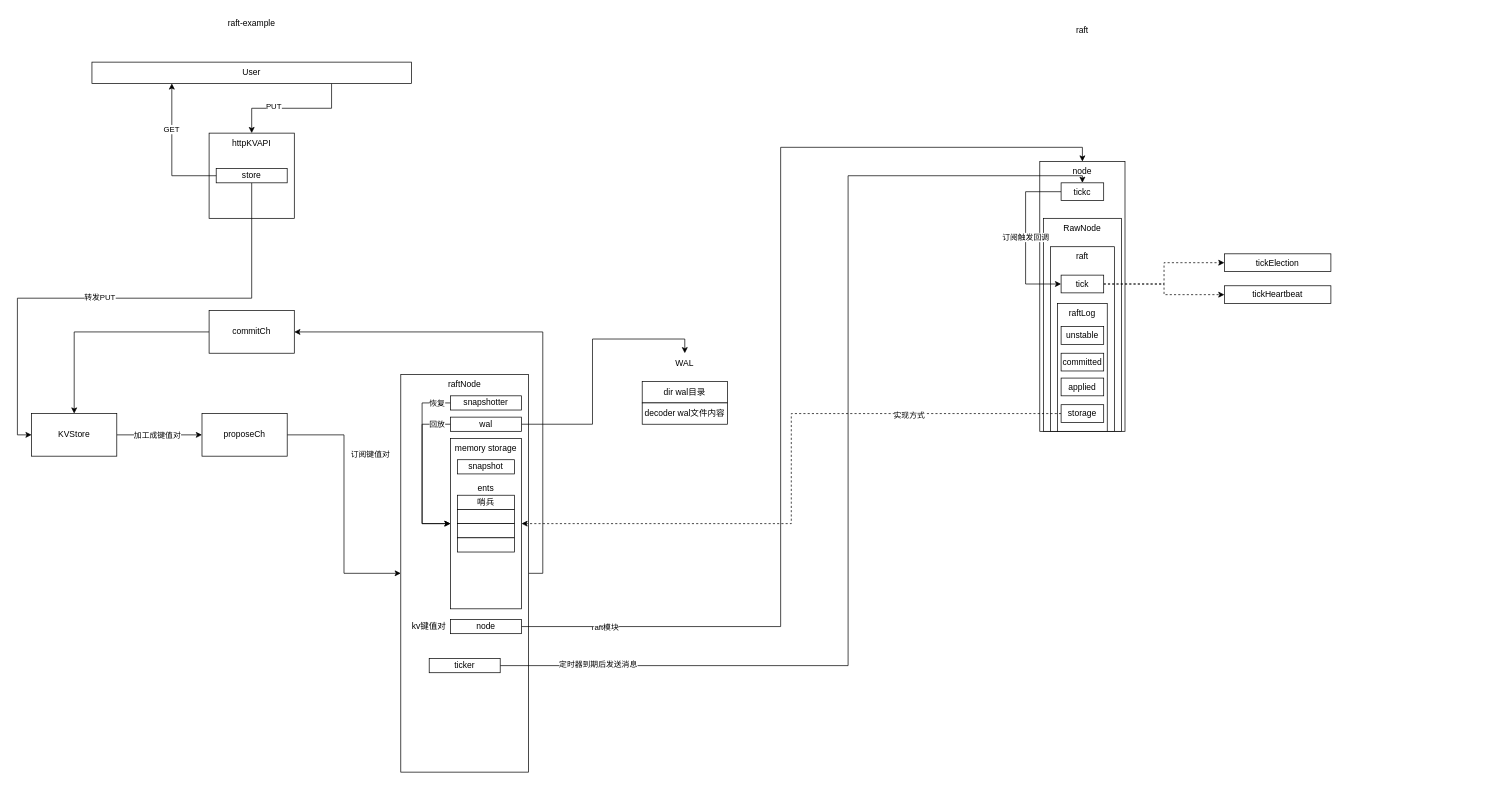
Above: my_docs/etcd/raftexample.drawio in Bannirui/Bannirui.github.io (draw.io), before the change. Source tidied: cells renumbered, new cells numbered last; positions are measured from the earlier drawing's top-left corner, leaving out a move shared by most shapes. Both pictures are drawn from the tidied source at 71%, with x=0, y=0 at pixel (31, 12).
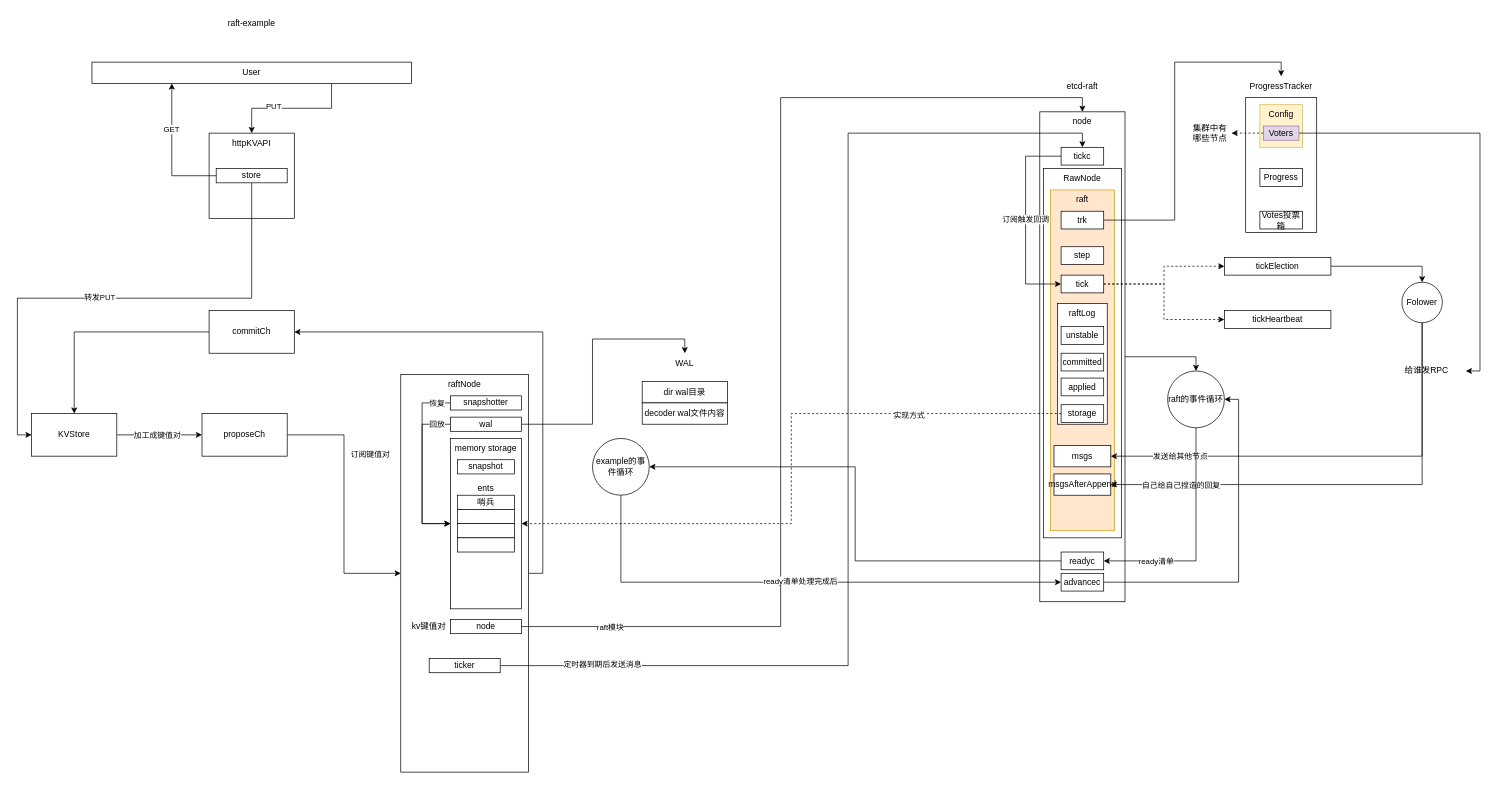
The same page after the edit.

Commit message (it also covers changes not shown here):
etcd-raft Voters的初始化

Unchanged cells that the change refers to:
```xml
<mxCell id="56" value="tick" style="rounded=0;whiteSpace=wrap;html=1;" parent="1" vertex="1">
  <mxGeometry x="1450" y="370" width="60" height="25" as="geometry" />
</mxCell>
<mxCell id="62" value="ticker" style="rounded=0;whiteSpace=wrap;html=1;" parent="1" vertex="1">
  <mxGeometry x="560" y="910" width="100" height="20" as="geometry" />
</mxCell>
```

Change to the diagram source:
```diff
@@
+    <mxCell id="65" style="edgeStyle=orthogonalEdgeStyle;rounded=0;jettySize=auto;html=1;exitX=1;exitY=0.5;exitDx=0;exitDy=0;entryX=0.5;entryY=0;entryDx=0;entryDy=0;" parent="1" edge="1" source="28" target="76">
+      <mxGeometry relative="1" as="geometry" />
+    </mxCell>
     <mxCell id="28" value="node" style="rounded=0;whiteSpace=wrap;html=1;verticalAlign=top;" parent="1" vertex="1">
-      <mxGeometry x="1420" y="210" width="120" height="380" as="geometry" />
+      <mxGeometry x="1420" y="140" width="120" height="690" as="geometry" />
     </mxCell>
@@
-    <mxCell id="30" value="raft" style="text;html=1;align=center;verticalAlign=middle;whiteSpace=wrap;rounded=0;" parent="1" vertex="1">
-      <mxGeometry x="1450" y="10" width="60" height="30" as="geometry" />
+    <mxCell id="30" value="etcd-raft" style="text;html=1;align=center;verticalAlign=middle;whiteSpace=wrap;rounded=0;" parent="1" vertex="1">
+      <mxGeometry x="1450" y="90" width="60" height="30" as="geometry" />
     </mxCell>
     <mxCell id="31" value="RawNode" style="rounded=0;whiteSpace=wrap;html=1;verticalAlign=top;" parent="1" vertex="1">
-      <mxGeometry x="1425" y="290" width="110" height="300" as="geometry" />
+      <mxGeometry x="1425" y="220" width="110" height="520" as="geometry" />
     </mxCell>
-    <mxCell id="32" value="raft" style="rounded=0;whiteSpace=wrap;html=1;verticalAlign=top;" parent="1" vertex="1">
-      <mxGeometry x="1435" y="330" width="90" height="260" as="geometry" />
+    <mxCell id="32" value="raft" style="rounded=0;whiteSpace=wrap;html=1;verticalAlign=top;fillColor=#ffe6cc;strokeColor=#d79b00;" parent="1" vertex="1">
+      <mxGeometry x="1435" y="250" width="90" height="480" as="geometry" />
     </mxCell>
@@
     <mxCell id="40" value="raftLog" style="rounded=0;whiteSpace=wrap;html=1;verticalAlign=top;" parent="1" vertex="1">
-      <mxGeometry x="1445" y="410" width="70" height="180" as="geometry" />
+      <mxGeometry x="1445" y="410" width="70" height="170" as="geometry" />
     </mxCell>
@@
     <mxCell id="57" style="edgeStyle=orthogonalEdgeStyle;rounded=0;jettySize=auto;html=1;exitX=0;exitY=0.5;exitDx=0;exitDy=0;entryX=0;entryY=0.5;entryDx=0;entryDy=0;" parent="1" edge="1" source="59" target="56">
       <mxGeometry relative="1" as="geometry">
         <Array as="points">
-          <mxPoint x="1400" y="253" />
+          <mxPoint x="1400" y="203" />
           <mxPoint x="1400" y="383" />
         </Array>
       </mxGeometry>
     </mxCell>
@@
     <mxCell id="59" value="tickc" style="rounded=0;whiteSpace=wrap;html=1;" parent="1" vertex="1">
-      <mxGeometry x="1450" y="240" width="60" height="25" as="geometry" />
+      <mxGeometry x="1450" y="190" width="60" height="25" as="geometry" />
     </mxCell>
     <mxCell id="60" style="edgeStyle=orthogonalEdgeStyle;rounded=0;jettySize=auto;html=1;exitX=1;exitY=0.5;exitDx=0;exitDy=0;entryX=0.5;entryY=0;entryDx=0;entryDy=0;" parent="1" edge="1" source="62" target="59">
       <mxGeometry relative="1" as="geometry">
         <Array as="points">
           <mxPoint x="1150" y="920" />
-          <mxPoint x="1150" y="230" />
-          <mxPoint x="1480" y="230" />
+          <mxPoint x="1150" y="170" />
+          <mxPoint x="1480" y="170" />
         </Array>
       </mxGeometry>
     </mxCell>
@@
+    <mxCell id="66" style="edgeStyle=orthogonalEdgeStyle;rounded=0;jettySize=auto;html=1;exitX=1;exitY=0.5;exitDx=0;exitDy=0;entryX=0.5;entryY=0;entryDx=0;entryDy=0;" parent="1" edge="1" source="63" target="73">
+      <mxGeometry relative="1" as="geometry" />
+    </mxCell>
     <mxCell id="63" value="tickElection" style="rounded=0;whiteSpace=wrap;html=1;" parent="1" vertex="1">
-      <mxGeometry x="1680" y="340" width="150" height="25" as="geometry" />
+      <mxGeometry x="1680" y="345" width="150" height="25" as="geometry" />
     </mxCell>
     <mxCell id="64" value="tickHeartbeat" style="rounded=0;whiteSpace=wrap;html=1;" parent="1" vertex="1">
-      <mxGeometry x="1680" y="385" width="150" height="25" as="geometry" />
+      <mxGeometry x="1680" y="420" width="150" height="25" as="geometry" />
     </mxCell>
+    <mxCell id="67" value="msgsAfterAppend" style="rounded=0;whiteSpace=wrap;html=1;" parent="1" vertex="1">
+      <mxGeometry x="1440" y="650" width="80" height="30" as="geometry" />
+    </mxCell>
+    <mxCell id="68" value="msgs" style="rounded=0;whiteSpace=wrap;html=1;" parent="1" vertex="1">
+      <mxGeometry x="1440" y="610" width="80" height="30" as="geometry" />
+    </mxCell>
+    <mxCell id="69" style="edgeStyle=orthogonalEdgeStyle;rounded=0;jettySize=auto;html=1;exitX=0.5;exitY=1;exitDx=0;exitDy=0;entryX=1;entryY=0.5;entryDx=0;entryDy=0;" parent="1" edge="1" source="73" target="68">
+      <mxGeometry relative="1" as="geometry" />
+    </mxCell>
+    <mxCell id="70" value="发送给其他节点" style="edgeLabel;html=1;align=center;verticalAlign=middle;" parent="69" vertex="1">
+      <mxGeometry x="0.69" y="-1" relative="1" as="geometry" />
+    </mxCell>
+    <mxCell id="71" style="edgeStyle=orthogonalEdgeStyle;rounded=0;jettySize=auto;html=1;exitX=0.5;exitY=1;exitDx=0;exitDy=0;entryX=1;entryY=0.5;entryDx=0;entryDy=0;" parent="1" edge="1" source="73" target="67">
+      <mxGeometry relative="1" as="geometry" />
+    </mxCell>
+    <mxCell id="72" value="自己给自己捏造的回复" style="edgeLabel;html=1;align=center;verticalAlign=middle;" parent="71" vertex="1">
+      <mxGeometry x="0.81" y="-1" relative="1" as="geometry">
+        <mxPoint x="35" y="1" as="offset" />
+      </mxGeometry>
+    </mxCell>
+    <mxCell id="73" value="Folower" style="ellipse;whiteSpace=wrap;html=1;" parent="1" vertex="1">
+      <mxGeometry x="1930" y="380" width="57" height="57" as="geometry" />
+    </mxCell>
+    <mxCell id="74" style="edgeStyle=orthogonalEdgeStyle;rounded=0;jettySize=auto;html=1;exitX=0.5;exitY=1;exitDx=0;exitDy=0;entryX=1;entryY=0.5;entryDx=0;entryDy=0;" parent="1" edge="1" source="76" target="78">
+      <mxGeometry relative="1" as="geometry" />
+    </mxCell>
+    <mxCell id="75" value="ready清单" style="edgeLabel;html=1;align=center;verticalAlign=middle;" parent="74" vertex="1">
+      <mxGeometry x="0.54" y="-3" relative="1" as="geometry">
+        <mxPoint y="3" as="offset" />
+      </mxGeometry>
+    </mxCell>
+    <mxCell id="76" value="raft的事件循环" style="ellipse;whiteSpace=wrap;html=1;" parent="1" vertex="1">
+      <mxGeometry x="1600" y="505" width="80" height="80" as="geometry" />
+    </mxCell>
+    <mxCell id="77" style="edgeStyle=orthogonalEdgeStyle;rounded=0;jettySize=auto;html=1;exitX=0;exitY=0.5;exitDx=0;exitDy=0;entryX=1;entryY=0.5;entryDx=0;entryDy=0;" parent="1" edge="1" source="78" target="81">
+      <mxGeometry relative="1" as="geometry" />
+    </mxCell>
+    <mxCell id="78" value="readyc" style="rounded=0;whiteSpace=wrap;html=1;" parent="1" vertex="1">
+      <mxGeometry x="1450" y="760" width="60" height="25" as="geometry" />
+    </mxCell>
+    <mxCell id="79" style="edgeStyle=orthogonalEdgeStyle;rounded=0;jettySize=auto;html=1;exitX=0.5;exitY=1;exitDx=0;exitDy=0;entryX=0;entryY=0.5;entryDx=0;entryDy=0;" parent="1" edge="1" source="81" target="83">
+      <mxGeometry relative="1" as="geometry" />
+    </mxCell>
+    <mxCell id="80" value="ready清单处理完成后" style="edgeLabel;html=1;align=center;verticalAlign=middle;" parent="79" vertex="1">
+      <mxGeometry x="0.01" y="2" relative="1" as="geometry" />
+    </mxCell>
+    <mxCell id="81" value="example的事件循环" style="ellipse;whiteSpace=wrap;html=1;" parent="1" vertex="1">
+      <mxGeometry x="790" y="600" width="80" height="80" as="geometry" />
+    </mxCell>
+    <mxCell id="82" style="edgeStyle=orthogonalEdgeStyle;rounded=0;jettySize=auto;html=1;exitX=1;exitY=0.5;exitDx=0;exitDy=0;entryX=1;entryY=0.5;entryDx=0;entryDy=0;" parent="1" edge="1" source="83" target="76">
+      <mxGeometry relative="1" as="geometry" />
+    </mxCell>
+    <mxCell id="83" value="advancec" style="rounded=0;whiteSpace=wrap;html=1;" parent="1" vertex="1">
+      <mxGeometry x="1450" y="790" width="60" height="25" as="geometry" />
+    </mxCell>
+    <mxCell id="84" value="step" style="rounded=0;whiteSpace=wrap;html=1;" parent="1" vertex="1">
+      <mxGeometry x="1450" y="330" width="60" height="25" as="geometry" />
+    </mxCell>
+    <mxCell id="85" style="edgeStyle=orthogonalEdgeStyle;rounded=0;jettySize=auto;html=1;exitX=1;exitY=0.5;exitDx=0;exitDy=0;entryX=0.5;entryY=0;entryDx=0;entryDy=0;" parent="1" edge="1" source="86" target="88">
+      <mxGeometry relative="1" as="geometry" />
+    </mxCell>
+    <mxCell id="86" value="trk" style="rounded=0;whiteSpace=wrap;html=1;" parent="1" vertex="1">
+      <mxGeometry x="1450" y="280" width="60" height="25" as="geometry" />
+    </mxCell>
+    <mxCell id="87" style="rounded=0;whiteSpace=wrap;html=1;" parent="1" vertex="1">
+      <mxGeometry x="1710" y="120" width="100" height="190" as="geometry" />
+    </mxCell>
+    <mxCell id="88" value="ProgressTracker" style="text;html=1;align=center;verticalAlign=middle;whiteSpace=wrap;rounded=0;" parent="1" vertex="1">
+      <mxGeometry x="1710" y="90" width="100" height="30" as="geometry" />
+    </mxCell>
+    <mxCell id="89" value="Config" style="rounded=0;whiteSpace=wrap;html=1;fillColor=#fff2cc;strokeColor=#d6b656;align=center;verticalAlign=top;" parent="1" vertex="1">
+      <mxGeometry x="1730" y="130" width="60" height="60" as="geometry" />
+    </mxCell>
+    <mxCell id="90" value="Progress" style="rounded=0;whiteSpace=wrap;html=1;" parent="1" vertex="1">
+      <mxGeometry x="1730" y="220" width="60" height="25" as="geometry" />
+    </mxCell>
+    <mxCell id="91" value="Votes投票箱" style="rounded=0;whiteSpace=wrap;html=1;" parent="1" vertex="1">
+      <mxGeometry x="1730" y="280" width="60" height="25" as="geometry" />
+    </mxCell>
+    <mxCell id="92" style="edgeStyle=orthogonalEdgeStyle;rounded=0;jettySize=auto;html=1;exitX=1;exitY=0.5;exitDx=0;exitDy=0;entryX=1;entryY=0.5;entryDx=0;entryDy=0;" parent="1" edge="1" source="94" target="95">
+      <mxGeometry relative="1" as="geometry" />
+    </mxCell>
+    <mxCell id="93" style="edgeStyle=orthogonalEdgeStyle;rounded=0;jettySize=auto;html=1;exitX=0;exitY=0.5;exitDx=0;exitDy=0;entryX=1;entryY=0.5;entryDx=0;entryDy=0;dashed=1;" parent="1" edge="1" source="94" target="96">
+      <mxGeometry relative="1" as="geometry" />
+    </mxCell>
+    <mxCell id="94" value="Voters" style="rounded=0;whiteSpace=wrap;html=1;fillColor=#e1d5e7;strokeColor=#9673a6;" parent="1" vertex="1">
+      <mxGeometry x="1735" y="160" width="50" height="20" as="geometry" />
+    </mxCell>
+    <mxCell id="95" value="给谁发RPC" style="text;html=1;align=center;verticalAlign=middle;whiteSpace=wrap;rounded=0;" parent="1" vertex="1">
+      <mxGeometry x="1910" y="485" width="110" height="40" as="geometry" />
+    </mxCell>
+    <mxCell id="96" value="集群中有哪些节点" style="text;html=1;align=center;verticalAlign=middle;whiteSpace=wrap;rounded=0;" parent="1" vertex="1">
+      <mxGeometry x="1630" y="155" width="60" height="30" as="geometry" />
+    </mxCell>
```
